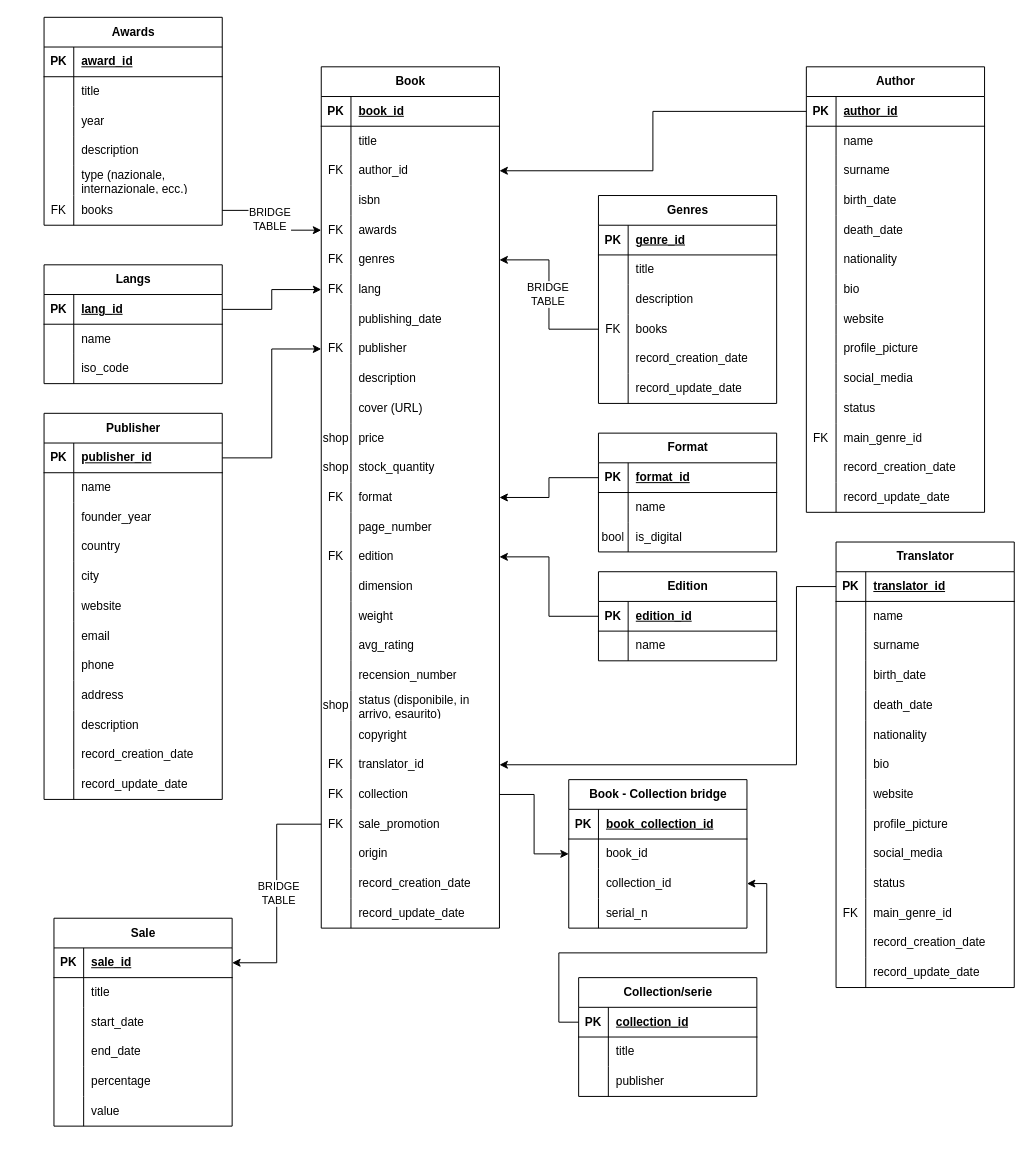
The draw.io diagram virtual-bookstore.drawio in AntonioStrignano/virtual-bookstore, before the edit. Source tidied: cells renumbered, new cells numbered last; positions are measured from the earlier drawing's top-left corner, leaving out a move shared by most shapes. Both pictures are drawn from the tidied source at 99%, with x=0, y=0 at pixel (44, 17).
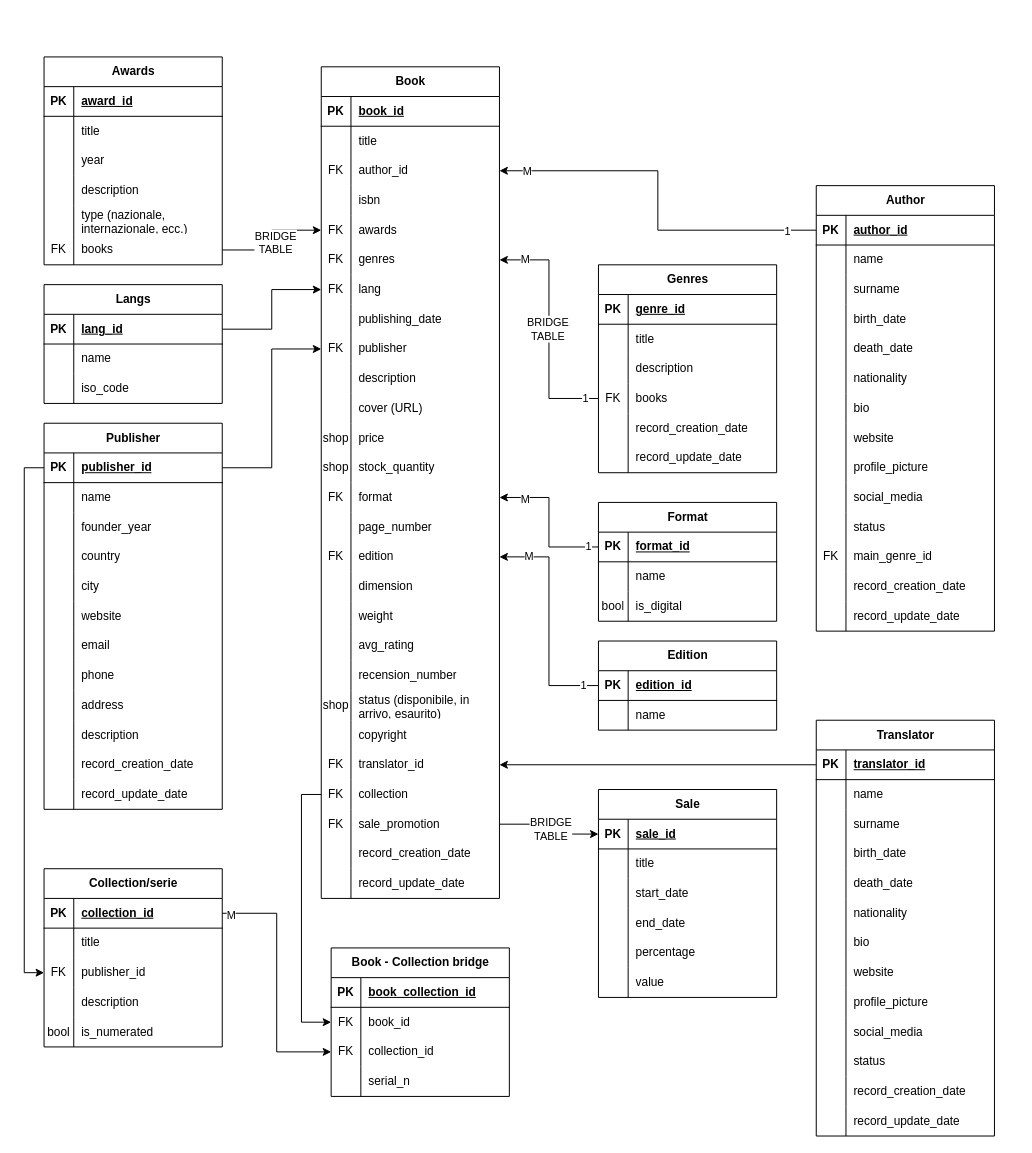
The same diagram, later.

The change refers to these unchanged cells:
```xml
<mxCell id="21" style="shape=tableRow;horizontal=0;startSize=0;swimlaneHead=0;swimlaneBody=0;fillColor=none;points=[[0,0.5],[1,0.5]];portConstraint=eastwest;top=0;left=0;right=0;bottom=0;" parent="2" vertex="1">
  <mxGeometry y="210" width="180" height="30" as="geometry" />
</mxCell>
<mxCell id="27" style="shape=tableRow;horizontal=0;startSize=0;swimlaneHead=0;swimlaneBody=0;fillColor=none;points=[[0,0.5],[1,0.5]];portConstraint=eastwest;top=0;left=0;right=0;bottom=0;" parent="2" vertex="1">
  <mxGeometry y="270" width="180" height="30" as="geometry" />
</mxCell>
<mxCell id="69" style="shape=tableRow;horizontal=0;startSize=0;swimlaneHead=0;swimlaneBody=0;fillColor=none;points=[[0,0.5],[1,0.5]];portConstraint=eastwest;top=0;left=0;right=0;bottom=0;" parent="2" vertex="1">
  <mxGeometry y="690" width="180" height="30" as="geometry" />
</mxCell>
<mxCell id="72" style="shape=tableRow;horizontal=0;startSize=0;swimlaneHead=0;swimlaneBody=0;fillColor=none;points=[[0,0.5],[1,0.5]];portConstraint=eastwest;top=0;left=0;right=0;bottom=0;" parent="2" vertex="1">
  <mxGeometry y="720" width="180" height="30" as="geometry" />
</mxCell>
<mxCell id="149" style="edgeStyle=orthogonalEdgeStyle;rounded=0;jettySize=auto;html=1;" parent="1" edge="1" source="88" target="9">
  <mxGeometry relative="1" as="geometry" />
</mxCell>
<mxCell id="169" style="edgeStyle=orthogonalEdgeStyle;rounded=0;jettySize=auto;html=1;" parent="1" edge="1" source="160" target="18">
  <mxGeometry relative="1" as="geometry" />
</mxCell>
<mxCell id="174" style="shape=tableRow;horizontal=0;startSize=0;swimlaneHead=0;swimlaneBody=0;fillColor=none;points=[[0,0.5],[1,0.5]];portConstraint=eastwest;top=0;left=0;right=0;bottom=1;" parent="173" vertex="1">
  <mxGeometry y="30" width="180" height="30" as="geometry" />
</mxCell>
<mxCell id="185" style="shape=tableRow;horizontal=0;startSize=0;swimlaneHead=0;swimlaneBody=0;fillColor=none;points=[[0,0.5],[1,0.5]];portConstraint=eastwest;top=0;left=0;right=0;bottom=1;" parent="184" vertex="1">
  <mxGeometry y="30" width="180" height="30" as="geometry" />
</mxCell>
<mxCell id="232" style="edgeStyle=orthogonalEdgeStyle;rounded=0;jettySize=auto;html=1;" parent="1" edge="1" source="223" target="42">
  <mxGeometry relative="1" as="geometry" />
</mxCell>
<mxCell id="240" style="edgeStyle=orthogonalEdgeStyle;rounded=0;jettySize=auto;html=1;" parent="1" edge="1" source="234" target="48">
  <mxGeometry relative="1" as="geometry" />
</mxCell>
<mxCell id="242" style="shape=tableRow;horizontal=0;startSize=0;swimlaneHead=0;swimlaneBody=0;fillColor=none;points=[[0,0.5],[1,0.5]];portConstraint=eastwest;top=0;left=0;right=0;bottom=1;" parent="241" vertex="1">
  <mxGeometry y="30" width="180" height="30" as="geometry" />
</mxCell>
<mxCell id="292" style="shape=tableRow;horizontal=0;startSize=0;swimlaneHead=0;swimlaneBody=0;fillColor=none;points=[[0,0.5],[1,0.5]];portConstraint=eastwest;top=0;left=0;right=0;bottom=0;" parent="285" vertex="1">
  <mxGeometry y="90" width="180" height="30" as="geometry" />
</mxCell>
<mxCell id="299" style="shape=tableRow;horizontal=0;startSize=0;swimlaneHead=0;swimlaneBody=0;fillColor=none;points=[[0,0.5],[1,0.5]];portConstraint=eastwest;top=0;left=0;right=0;bottom=0;" parent="295" vertex="1">
  <mxGeometry y="60" width="180" height="30" as="geometry" />
</mxCell>
<mxCell id="302" style="shape=tableRow;horizontal=0;startSize=0;swimlaneHead=0;swimlaneBody=0;fillColor=none;points=[[0,0.5],[1,0.5]];portConstraint=eastwest;top=0;left=0;right=0;bottom=0;" parent="295" vertex="1">
  <mxGeometry y="90" width="180" height="30" as="geometry" />
</mxCell>
<mxCell id="309" style="edgeStyle=orthogonalEdgeStyle;rounded=0;jettySize=auto;html=1;" parent="1" edge="1" source="286" target="302">
  <mxGeometry relative="1" as="geometry" />
</mxCell>
```

Diff of the diagram source:
```diff
@@
     <mxCell id="2" value="Book" style="shape=table;startSize=30;childLayout=tableLayout;rowLines=0;fontStyle=1;align=center;html=1;" parent="1" vertex="1">
-      <mxGeometry x="280" y="50" width="180" height="870" as="geometry" />
+      <mxGeometry x="280" y="50" width="180" height="840" as="geometry" />
     </mxCell>
@@
-    <mxCell id="78" style="shape=tableRow;horizontal=0;startSize=0;swimlaneHead=0;swimlaneBody=0;fillColor=none;top=0;left=0;right=0;bottom=0;" parent="2" vertex="1">
-      <mxGeometry y="780" width="180" height="30" as="geometry" />
-    </mxCell>
-    <mxCell id="79" style="shape=partialRectangle;fillColor=none;top=0;left=0;bottom=0;right=0;overflow=hidden;whiteSpace=wrap;html=1;" parent="78" vertex="1">
-      <mxGeometry width="30" height="30" as="geometry" />
-    </mxCell>
-    <mxCell id="80" value="origin" style="shape=partialRectangle;fillColor=none;top=0;left=0;bottom=0;right=0;align=left;spacingLeft=6;overflow=hidden;whiteSpace=wrap;html=1;" parent="78" vertex="1">
-      <mxGeometry x="30" width="150" height="30" as="geometry" />
-    </mxCell>
     <mxCell id="81" style="shape=tableRow;horizontal=0;startSize=0;swimlaneHead=0;swimlaneBody=0;fillColor=none;top=0;left=0;right=0;bottom=0;" parent="2" vertex="1">
-      <mxGeometry y="810" width="180" height="30" as="geometry" />
+      <mxGeometry y="780" width="180" height="30" as="geometry" />
     </mxCell>
@@
     <mxCell id="84" style="shape=tableRow;horizontal=0;startSize=0;swimlaneHead=0;swimlaneBody=0;fillColor=none;top=0;left=0;right=0;bottom=0;" parent="2" vertex="1">
-      <mxGeometry y="840" width="180" height="30" as="geometry" />
+      <mxGeometry y="810" width="180" height="30" as="geometry" />
     </mxCell>
@@
     <mxCell id="87" value="Author" style="shape=table;startSize=30;childLayout=tableLayout;rowLines=0;fontStyle=1;align=center;html=1;" parent="1" vertex="1">
-      <mxGeometry x="770" y="50" width="180" height="450" as="geometry" />
+      <mxGeometry x="780" y="170" width="180" height="450" as="geometry" />
     </mxCell>
@@
     <mxCell id="130" value="Awards" style="shape=table;startSize=30;childLayout=tableLayout;rowLines=0;fontStyle=1;align=center;html=1;" parent="1" vertex="1">
-      <mxGeometry width="180" height="210" as="geometry" />
+      <mxGeometry y="40" width="180" height="210" as="geometry" />
     </mxCell>
@@
+    <mxCell id="331" value="1" style="edgeLabel;html=1;align=center;verticalAlign=middle;" parent="149" vertex="1">
+      <mxGeometry x="-0.84" relative="1" as="geometry" />
+    </mxCell>
+    <mxCell id="332" value="M" style="edgeLabel;html=1;align=center;verticalAlign=middle;" parent="149" vertex="1">
+      <mxGeometry x="0.86" relative="1" as="geometry" />
+    </mxCell>
     <mxCell id="150" value="Genres" style="shape=table;startSize=30;childLayout=tableLayout;rowLines=0;fontStyle=1;align=center;html=1;" parent="1" vertex="1">
-      <mxGeometry x="560" y="180" width="180" height="210" as="geometry" />
+      <mxGeometry x="560" y="250" width="180" height="210" as="geometry" />
     </mxCell>
@@
+    <mxCell id="333" value="1" style="edgeLabel;html=1;align=center;verticalAlign=middle;" parent="169" vertex="1">
+      <mxGeometry x="-0.88" y="-1" relative="1" as="geometry" />
+    </mxCell>
+    <mxCell id="334" value="M" style="edgeLabel;html=1;align=center;verticalAlign=middle;" parent="169" vertex="1">
+      <mxGeometry x="0.79" y="-1" relative="1" as="geometry" />
+    </mxCell>
@@
     <mxCell id="173" value="Langs" style="shape=table;startSize=30;childLayout=tableLayout;rowLines=0;fontStyle=1;align=center;html=1;" parent="1" vertex="1">
-      <mxGeometry y="250" width="180" height="120" as="geometry" />
+      <mxGeometry y="270" width="180" height="120" as="geometry" />
     </mxCell>
@@
-    <mxCell id="183" style="edgeStyle=orthogonalEdgeStyle;rounded=0;jettySize=auto;html=1;" parent="1" edge="1" source="174" target="21">
-      <mxGeometry relative="1" as="geometry" />
-    </mxCell>
     <mxCell id="184" value="Publisher" style="shape=table;startSize=30;childLayout=tableLayout;rowLines=0;fontStyle=1;align=center;html=1;" parent="1" vertex="1">
-      <mxGeometry y="400" width="180" height="390" as="geometry" />
+      <mxGeometry y="410" width="180" height="390" as="geometry" />
     </mxCell>
@@
-    <mxCell id="221" style="edgeStyle=orthogonalEdgeStyle;rounded=0;jettySize=auto;html=1;" parent="1" edge="1" source="185" target="27">
-      <mxGeometry relative="1" as="geometry" />
-    </mxCell>
     <mxCell id="222" value="Format" style="shape=table;startSize=30;childLayout=tableLayout;rowLines=0;fontStyle=1;align=center;html=1;" parent="1" vertex="1">
-      <mxGeometry x="560" y="420" width="180" height="120" as="geometry" />
+      <mxGeometry x="560" y="490" width="180" height="120" as="geometry" />
     </mxCell>
@@
+    <mxCell id="335" value="1" style="edgeLabel;html=1;align=center;verticalAlign=middle;" parent="232" vertex="1">
+      <mxGeometry x="-0.85" y="-1" relative="1" as="geometry" />
+    </mxCell>
+    <mxCell id="336" value="M" style="edgeLabel;html=1;align=center;verticalAlign=middle;" parent="232" vertex="1">
+      <mxGeometry x="0.66" y="1" relative="1" as="geometry" />
+    </mxCell>
     <mxCell id="233" value="Edition" style="shape=table;startSize=30;childLayout=tableLayout;rowLines=0;fontStyle=1;align=center;html=1;" parent="1" vertex="1">
-      <mxGeometry x="560" y="560" width="180" height="90" as="geometry" />
+      <mxGeometry x="560" y="630" width="180" height="90" as="geometry" />
     </mxCell>
@@
+    <mxCell id="337" value="1" style="edgeLabel;html=1;align=center;verticalAlign=middle;" parent="240" vertex="1">
+      <mxGeometry x="-0.86" y="-1" relative="1" as="geometry" />
+    </mxCell>
+    <mxCell id="338" value="M" style="edgeLabel;html=1;align=center;verticalAlign=middle;" parent="240" vertex="1">
+      <mxGeometry x="0.75" y="-1" relative="1" as="geometry" />
+    </mxCell>
     <mxCell id="241" value="Translator" style="shape=table;startSize=30;childLayout=tableLayout;rowLines=0;fontStyle=1;align=center;html=1;" parent="1" vertex="1">
-      <mxGeometry x="800" y="530" width="180" height="450" as="geometry" />
+      <mxGeometry x="780" y="710" width="180" height="420" as="geometry" />
     </mxCell>
@@
-    <mxCell id="275" style="shape=tableRow;horizontal=0;startSize=0;swimlaneHead=0;swimlaneBody=0;fillColor=none;top=0;left=0;right=0;bottom=0;" parent="241" vertex="1">
-      <mxGeometry y="360" width="180" height="30" as="geometry" />
-    </mxCell>
-    <mxCell id="276" value="FK" style="shape=partialRectangle;fillColor=none;top=0;left=0;bottom=0;right=0;overflow=hidden;whiteSpace=wrap;html=1;" parent="275" vertex="1">
-      <mxGeometry width="30" height="30" as="geometry" />
-    </mxCell>
-    <mxCell id="277" value="main_genre_id" style="shape=partialRectangle;fillColor=none;top=0;left=0;bottom=0;right=0;align=left;spacingLeft=6;overflow=hidden;whiteSpace=wrap;html=1;" parent="275" vertex="1">
-      <mxGeometry x="30" width="150" height="30" as="geometry" />
-    </mxCell>
     <mxCell id="278" style="shape=tableRow;horizontal=0;startSize=0;swimlaneHead=0;swimlaneBody=0;fillColor=none;top=0;left=0;right=0;bottom=0;" parent="241" vertex="1">
-      <mxGeometry y="390" width="180" height="30" as="geometry" />
+      <mxGeometry y="360" width="180" height="30" as="geometry" />
     </mxCell>
@@
     <mxCell id="281" style="shape=tableRow;horizontal=0;startSize=0;swimlaneHead=0;swimlaneBody=0;fillColor=none;top=0;left=0;right=0;bottom=0;" parent="241" vertex="1">
-      <mxGeometry y="420" width="180" height="30" as="geometry" />
+      <mxGeometry y="390" width="180" height="30" as="geometry" />
     </mxCell>
@@
-    <mxCell id="284" style="edgeStyle=orthogonalEdgeStyle;rounded=0;jettySize=auto;html=1;" parent="1" edge="1" source="242" target="69">
-      <mxGeometry relative="1" as="geometry">
-        <Array as="points">
-          <mxPoint x="760" y="575" />
-          <mxPoint x="760" y="755" />
-        </Array>
-      </mxGeometry>
-    </mxCell>
     <mxCell id="285" value="Collection/serie" style="shape=table;startSize=30;childLayout=tableLayout;rowLines=0;fontStyle=1;align=center;html=1;" parent="1" vertex="1">
-      <mxGeometry x="540" y="970" width="180" height="120" as="geometry" />
+      <mxGeometry y="860" width="180" height="180" as="geometry" />
     </mxCell>
@@
-    <mxCell id="293" style="shape=partialRectangle;fillColor=none;top=0;left=0;bottom=0;right=0;overflow=hidden;whiteSpace=wrap;html=1;" parent="292" vertex="1">
+    <mxCell id="293" value="FK" style="shape=partialRectangle;fillColor=none;top=0;left=0;bottom=0;right=0;overflow=hidden;whiteSpace=wrap;html=1;" parent="292" vertex="1">
       <mxGeometry width="30" height="30" as="geometry" />
     </mxCell>
-    <mxCell id="294" value="publisher" style="shape=partialRectangle;fillColor=none;top=0;left=0;bottom=0;right=0;align=left;spacingLeft=6;overflow=hidden;whiteSpace=wrap;html=1;" parent="292" vertex="1">
+    <mxCell id="294" value="publisher_id" style="shape=partialRectangle;fillColor=none;top=0;left=0;bottom=0;right=0;align=left;spacingLeft=6;overflow=hidden;whiteSpace=wrap;html=1;" parent="292" vertex="1">
       <mxGeometry x="30" width="150" height="30" as="geometry" />
     </mxCell>
+    <mxCell id="339" style="shape=tableRow;horizontal=0;startSize=0;swimlaneHead=0;swimlaneBody=0;fillColor=none;top=0;left=0;right=0;bottom=0;" parent="285" vertex="1">
+      <mxGeometry y="120" width="180" height="30" as="geometry" />
+    </mxCell>
+    <mxCell id="79" style="shape=partialRectangle;fillColor=none;top=0;left=0;bottom=0;right=0;overflow=hidden;whiteSpace=wrap;html=1;" parent="339" vertex="1">
+      <mxGeometry width="30" height="30" as="geometry" />
+    </mxCell>
+    <mxCell id="340" value="description" style="shape=partialRectangle;fillColor=none;top=0;left=0;bottom=0;right=0;align=left;spacingLeft=6;overflow=hidden;whiteSpace=wrap;html=1;" parent="339" vertex="1">
+      <mxGeometry x="30" width="150" height="30" as="geometry" />
+    </mxCell>
+    <mxCell id="341" style="shape=tableRow;horizontal=0;startSize=0;swimlaneHead=0;swimlaneBody=0;fillColor=none;top=0;left=0;right=0;bottom=0;" parent="285" vertex="1">
+      <mxGeometry y="150" width="180" height="30" as="geometry" />
+    </mxCell>
+    <mxCell id="342" value="bool" style="shape=partialRectangle;fillColor=none;top=0;left=0;bottom=0;right=0;overflow=hidden;whiteSpace=wrap;html=1;" parent="341" vertex="1">
+      <mxGeometry width="30" height="30" as="geometry" />
+    </mxCell>
+    <mxCell id="343" value="is_numerated" style="shape=partialRectangle;fillColor=none;top=0;left=0;bottom=0;right=0;align=left;spacingLeft=6;overflow=hidden;whiteSpace=wrap;html=1;" parent="341" vertex="1">
+      <mxGeometry x="30" width="150" height="30" as="geometry" />
+    </mxCell>
     <mxCell id="295" value="Book - Collection bridge" style="shape=table;startSize=30;childLayout=tableLayout;rowLines=0;fontStyle=1;align=center;html=1;" parent="1" vertex="1">
-      <mxGeometry x="530" y="770" width="180" height="150" as="geometry" />
+      <mxGeometry x="290" y="940" width="180" height="150" as="geometry" />
     </mxCell>
@@
-    <mxCell id="300" style="shape=partialRectangle;fillColor=none;top=0;left=0;bottom=0;right=0;overflow=hidden;whiteSpace=wrap;html=1;" parent="299" vertex="1">
+    <mxCell id="300" value="FK" style="shape=partialRectangle;fillColor=none;top=0;left=0;bottom=0;right=0;overflow=hidden;whiteSpace=wrap;html=1;" parent="299" vertex="1">
       <mxGeometry width="30" height="30" as="geometry" />
     </mxCell>
@@
-    <mxCell id="303" style="shape=partialRectangle;fillColor=none;top=0;left=0;bottom=0;right=0;overflow=hidden;whiteSpace=wrap;html=1;" parent="302" vertex="1">
+    <mxCell id="303" value="FK" style="shape=partialRectangle;fillColor=none;top=0;left=0;bottom=0;right=0;overflow=hidden;whiteSpace=wrap;html=1;" parent="302" vertex="1">
       <mxGeometry width="30" height="30" as="geometry" />
     </mxCell>
@@
-    <mxCell id="308" style="edgeStyle=orthogonalEdgeStyle;rounded=0;jettySize=auto;html=1;" parent="1" edge="1" source="72" target="299">
-      <mxGeometry relative="1" as="geometry" />
-    </mxCell>
@@
+    <mxCell id="344" value="M" style="edgeLabel;html=1;align=center;verticalAlign=middle;" parent="309" vertex="1">
+      <mxGeometry x="-0.94" y="-1" relative="1" as="geometry" />
+    </mxCell>
     <mxCell id="310" value="Sale" style="shape=table;startSize=30;childLayout=tableLayout;rowLines=0;fontStyle=1;align=center;html=1;" parent="1" vertex="1">
-      <mxGeometry x="10" y="910" width="180" height="210" as="geometry" />
+      <mxGeometry x="560" y="780" width="180" height="210" as="geometry" />
     </mxCell>
@@
+    <mxCell id="308" style="edgeStyle=orthogonalEdgeStyle;rounded=0;jettySize=auto;html=1;" parent="1" edge="1" source="72" target="299">
+      <mxGeometry relative="1" as="geometry">
+        <Array as="points">
+          <mxPoint x="260" y="785" />
+          <mxPoint x="260" y="1015" />
+        </Array>
+      </mxGeometry>
+    </mxCell>
+    <mxCell id="284" style="edgeStyle=orthogonalEdgeStyle;rounded=0;jettySize=auto;html=1;" parent="1" edge="1" source="242" target="69">
+      <mxGeometry relative="1" as="geometry" />
+    </mxCell>
+    <mxCell id="221" style="edgeStyle=orthogonalEdgeStyle;rounded=0;jettySize=auto;html=1;" parent="1" edge="1" source="185" target="27">
+      <mxGeometry relative="1" as="geometry" />
+    </mxCell>
+    <mxCell id="183" style="edgeStyle=orthogonalEdgeStyle;rounded=0;jettySize=auto;html=1;" parent="1" edge="1" source="174" target="21">
+      <mxGeometry relative="1" as="geometry" />
+    </mxCell>
+    <mxCell id="345" style="edgeStyle=orthogonalEdgeStyle;rounded=0;jettySize=auto;html=1;entryX=0;entryY=0.5;entryDx=0;entryDy=0;" parent="1" edge="1" source="185" target="292">
+      <mxGeometry relative="1" as="geometry" />
+    </mxCell>
```
